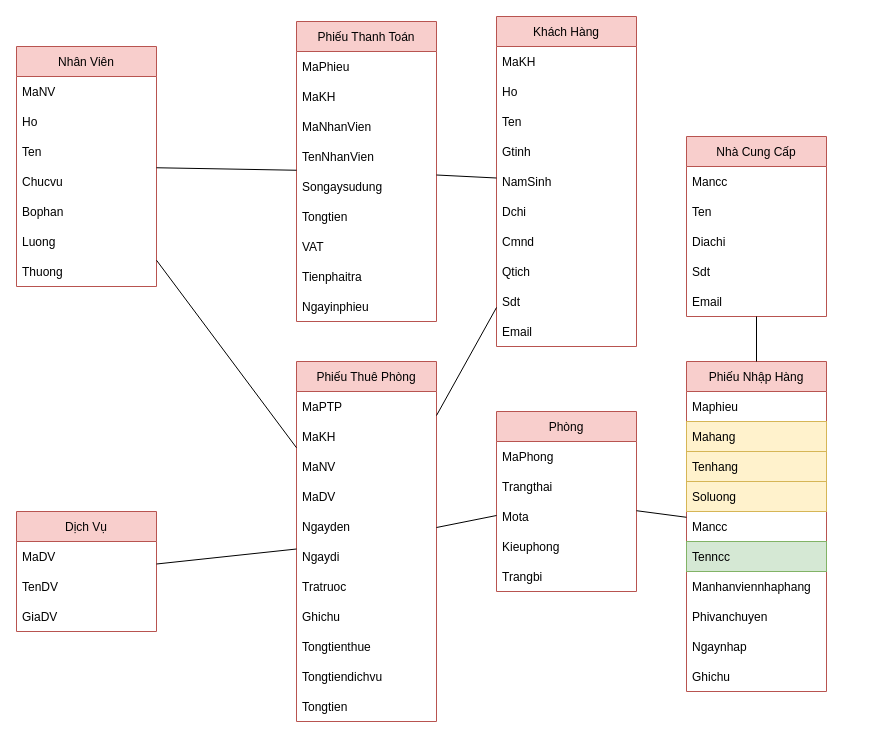
Before: diagram.drawio in jinshinvn/do-an-python, a draw.io diagram. Source tidied: cells renumbered, new cells numbered last; positions are measured from the earlier drawing's top-left corner, leaving out a move shared by most shapes. Both pictures are drawn from the tidied source at 100%, with x=0, y=0 at pixel (16, 16).
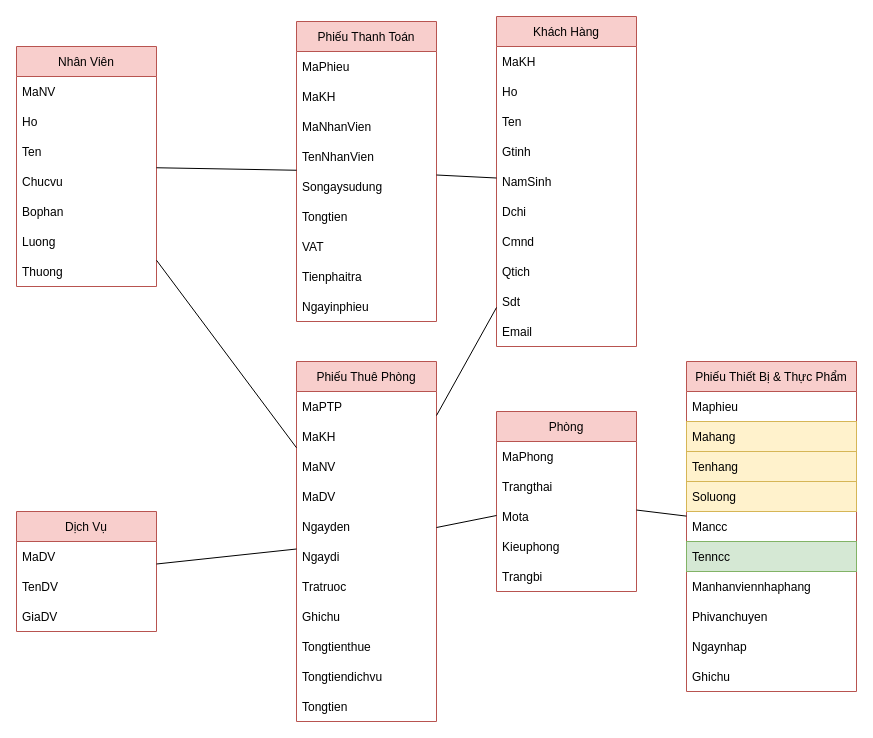
The same page after the edit.

The edit, as a diff of the source:
```diff
@@
-    <mxCell id="57" value="Phiếu Nhập Hàng" style="swimlane;fontStyle=0;horizontal=1;startSize=30;fillColor=#f8cecc;strokeColor=#b85450;" parent="1" vertex="1">
-      <mxGeometry x="670" y="345" width="140" height="330" as="geometry" />
+    <mxCell id="57" value="Phiếu Thiết Bị &amp; Thực Phẩm" style="swimlane;fontStyle=0;horizontal=1;startSize=30;fillColor=#f8cecc;strokeColor=#b85450;" parent="1" vertex="1">
+      <mxGeometry x="670" y="345" width="170" height="330" as="geometry" />
     </mxCell>
     <mxCell id="58" value="Maphieu" style="text;strokeColor=none;fillColor=none;align=left;verticalAlign=middle;spacingLeft=4;spacingRight=4;overflow=hidden;" parent="57" vertex="1">
-      <mxGeometry y="30" width="140" height="30" as="geometry" />
+      <mxGeometry y="30" width="170" height="30" as="geometry" />
     </mxCell>
     <mxCell id="59" value="Mahang" style="text;strokeColor=#d6b656;fillColor=#fff2cc;align=left;verticalAlign=middle;spacingLeft=4;spacingRight=4;overflow=hidden;" parent="57" vertex="1">
-      <mxGeometry y="60" width="140" height="30" as="geometry" />
+      <mxGeometry y="60" width="170" height="30" as="geometry" />
     </mxCell>
     <mxCell id="60" value="Tenhang" style="text;strokeColor=#d6b656;fillColor=#fff2cc;align=left;verticalAlign=middle;spacingLeft=4;spacingRight=4;overflow=hidden;" parent="57" vertex="1">
-      <mxGeometry y="90" width="140" height="30" as="geometry" />
+      <mxGeometry y="90" width="170" height="30" as="geometry" />
     </mxCell>
     <mxCell id="61" value="Soluong" style="text;strokeColor=#d6b656;fillColor=#fff2cc;align=left;verticalAlign=middle;spacingLeft=4;spacingRight=4;overflow=hidden;" parent="57" vertex="1">
-      <mxGeometry y="120" width="140" height="30" as="geometry" />
+      <mxGeometry y="120" width="170" height="30" as="geometry" />
     </mxCell>
     <mxCell id="62" value="Mancc" style="text;strokeColor=none;fillColor=none;align=left;verticalAlign=middle;spacingLeft=4;spacingRight=4;overflow=hidden;" parent="57" vertex="1">
-      <mxGeometry y="150" width="140" height="30" as="geometry" />
+      <mxGeometry y="150" width="170" height="30" as="geometry" />
     </mxCell>
     <mxCell id="63" value="Tenncc" style="text;strokeColor=#82b366;fillColor=#d5e8d4;align=left;verticalAlign=middle;spacingLeft=4;spacingRight=4;overflow=hidden;" parent="57" vertex="1">
-      <mxGeometry y="180" width="140" height="30" as="geometry" />
+      <mxGeometry y="180" width="170" height="30" as="geometry" />
     </mxCell>
     <mxCell id="64" value="Manhanviennhaphang" style="text;strokeColor=none;fillColor=none;align=left;verticalAlign=middle;spacingLeft=4;spacingRight=4;overflow=hidden;" parent="57" vertex="1">
-      <mxGeometry y="210" width="140" height="30" as="geometry" />
+      <mxGeometry y="210" width="170" height="30" as="geometry" />
     </mxCell>
     <mxCell id="65" value="Phivanchuyen" style="text;strokeColor=none;fillColor=none;align=left;verticalAlign=middle;spacingLeft=4;spacingRight=4;overflow=hidden;" parent="57" vertex="1">
-      <mxGeometry y="240" width="140" height="30" as="geometry" />
+      <mxGeometry y="240" width="170" height="30" as="geometry" />
     </mxCell>
     <mxCell id="66" value="Ngaynhap" style="text;strokeColor=none;fillColor=none;align=left;verticalAlign=middle;spacingLeft=4;spacingRight=4;overflow=hidden;" parent="57" vertex="1">
-      <mxGeometry y="270" width="140" height="30" as="geometry" />
+      <mxGeometry y="270" width="170" height="30" as="geometry" />
     </mxCell>
     <mxCell id="67" value="Ghichu" style="text;strokeColor=none;fillColor=none;align=left;verticalAlign=middle;spacingLeft=4;spacingRight=4;overflow=hidden;" parent="57" vertex="1">
-      <mxGeometry y="300" width="140" height="30" as="geometry" />
+      <mxGeometry y="300" width="170" height="30" as="geometry" />
     </mxCell>
@@
-    <mxCell id="71" value="Nhà Cung Cấp" style="swimlane;fontStyle=0;horizontal=1;startSize=30;fillColor=#f8cecc;strokeColor=#b85450;" parent="1" vertex="1">
-      <mxGeometry x="670" y="120" width="140" height="180" as="geometry" />
-    </mxCell>
-    <mxCell id="72" value="Mancc" style="text;strokeColor=none;fillColor=none;align=left;verticalAlign=middle;spacingLeft=4;spacingRight=4;overflow=hidden;" parent="71" vertex="1">
-      <mxGeometry y="30" width="140" height="30" as="geometry" />
-    </mxCell>
-    <mxCell id="73" value="Ten" style="text;strokeColor=none;fillColor=none;align=left;verticalAlign=middle;spacingLeft=4;spacingRight=4;overflow=hidden;" parent="71" vertex="1">
-      <mxGeometry y="60" width="140" height="30" as="geometry" />
-    </mxCell>
-    <mxCell id="74" value="Diachi" style="text;strokeColor=none;fillColor=none;align=left;verticalAlign=middle;spacingLeft=4;spacingRight=4;overflow=hidden;" parent="71" vertex="1">
-      <mxGeometry y="90" width="140" height="30" as="geometry" />
-    </mxCell>
-    <mxCell id="75" value="Sdt" style="text;strokeColor=none;fillColor=none;align=left;verticalAlign=middle;spacingLeft=4;spacingRight=4;overflow=hidden;" parent="71" vertex="1">
-      <mxGeometry y="120" width="140" height="30" as="geometry" />
-    </mxCell>
-    <mxCell id="76" value="Email" style="text;strokeColor=none;fillColor=none;align=left;verticalAlign=middle;spacingLeft=4;spacingRight=4;overflow=hidden;" parent="71" vertex="1">
-      <mxGeometry y="150" width="140" height="30" as="geometry" />
-    </mxCell>
-    <mxCell id="77" style="endArrow=none;html=1;" parent="1" edge="1" source="57" target="71">
-      <mxGeometry relative="1" as="geometry" />
-    </mxCell>
```
